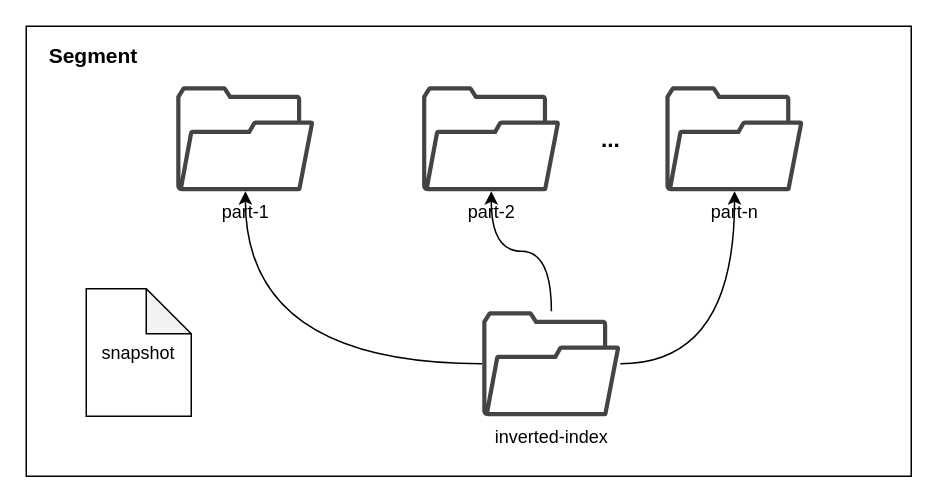
Above: page "segment" (2 of 6) of static/doc-graph/banyandb/v0.6.0/banyandb-file.drawio in apache/skywalking-website (draw.io), before the change. Source tidied: cells renumbered, new cells numbered last; positions are measured from the earlier drawing's top-left corner, leaving out a move shared by most shapes. Both pictures are drawn from the tidied source at 150%, with x=0, y=0 at pixel (26, 26).
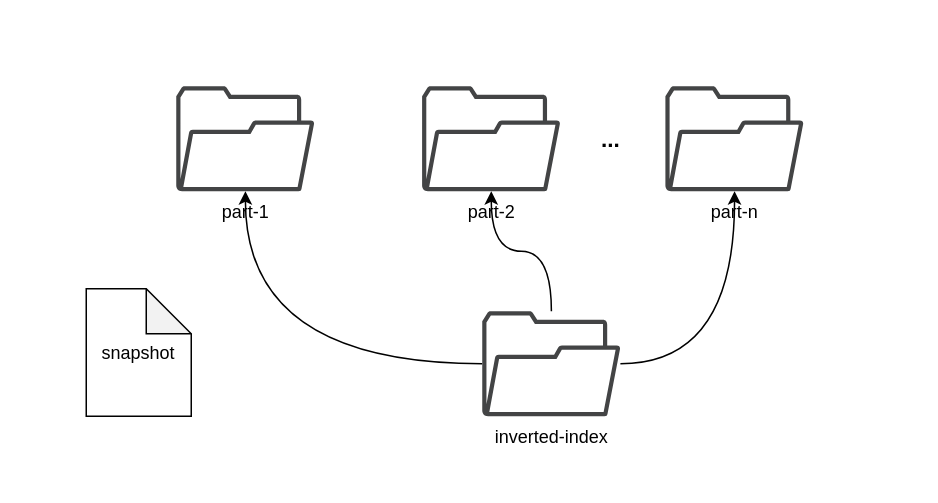
Above is the later version.

What changed in the source:
```diff
@@
 <mxGraphModel>
   <root>
     <mxCell id="0" />
     <mxCell id="1" parent="0" />
-    <mxCell id="2" style="rounded=0;whiteSpace=wrap;html=1;" parent="1" vertex="1">
-      <mxGeometry width="590" height="300" as="geometry" />
-    </mxCell>
-    <mxCell id="3" value="&lt;span style=&quot;font-size: 14px;&quot;&gt;&lt;b&gt;Segment&lt;/b&gt;&lt;/span&gt;" style="text;html=1;align=center;verticalAlign=middle;whiteSpace=wrap;rounded=0;" parent="1" vertex="1">
-      <mxGeometry width="90" height="40" as="geometry" />
-    </mxCell>
     <mxCell id="4" value="part-1" style="sketch=0;shadow=0;dashed=0;html=1;strokeColor=none;fillColor=#434445;labelPosition=center;verticalLabelPosition=bottom;verticalAlign=top;align=center;outlineConnect=0;shape=mxgraph.vvd.folder;" parent="1" vertex="1">
       <mxGeometry x="100" y="40" width="92.1" height="70" as="geometry" />
     </mxCell>
     <mxCell id="5" value="part-2" style="sketch=0;shadow=0;dashed=0;html=1;strokeColor=none;fillColor=#434445;labelPosition=center;verticalLabelPosition=bottom;verticalAlign=top;align=center;outlineConnect=0;shape=mxgraph.vvd.folder;" parent="1" vertex="1">
       <mxGeometry x="263.9" y="40" width="92.1" height="70" as="geometry" />
     </mxCell>
     <mxCell id="6" value="part-n" style="sketch=0;shadow=0;dashed=0;html=1;strokeColor=none;fillColor=#434445;labelPosition=center;verticalLabelPosition=bottom;verticalAlign=top;align=center;outlineConnect=0;shape=mxgraph.vvd.folder;" parent="1" vertex="1">
       <mxGeometry x="426.1" y="40" width="92.1" height="70" as="geometry" />
     </mxCell>
     <mxCell id="7" style="edgeStyle=orthogonalEdgeStyle;rounded=0;jettySize=auto;html=1;curved=1;" parent="1" edge="1" source="10" target="4">
       <mxGeometry relative="1" as="geometry" />
     </mxCell>
     <mxCell id="8" style="edgeStyle=orthogonalEdgeStyle;rounded=0;jettySize=auto;html=1;curved=1;" parent="1" edge="1" source="10" target="5">
       <mxGeometry relative="1" as="geometry" />
     </mxCell>
     <mxCell id="9" style="edgeStyle=orthogonalEdgeStyle;rounded=0;jettySize=auto;html=1;curved=1;" parent="1" edge="1" source="10" target="6">
       <mxGeometry relative="1" as="geometry" />
     </mxCell>
     <mxCell id="10" value="inverted-index" style="sketch=0;shadow=0;dashed=0;html=1;strokeColor=none;fillColor=#434445;labelPosition=center;verticalLabelPosition=bottom;verticalAlign=top;align=center;outlineConnect=0;shape=mxgraph.vvd.folder;" parent="1" vertex="1">
       <mxGeometry x="304" y="190" width="92.1" height="70" as="geometry" />
     </mxCell>
     <mxCell id="11" value="&lt;b&gt;&lt;font style=&quot;font-size: 15px;&quot;&gt;...&lt;/font&gt;&lt;/b&gt;" style="text;html=1;align=center;verticalAlign=middle;whiteSpace=wrap;rounded=0;" parent="1" vertex="1">
       <mxGeometry x="360" y="60" width="60" height="30" as="geometry" />
     </mxCell>
     <mxCell id="12" value="snapshot" style="shape=note;whiteSpace=wrap;html=1;backgroundOutline=1;darkOpacity=0.05;" parent="1" vertex="1">
       <mxGeometry x="40" y="175" width="70" height="85" as="geometry" />
     </mxCell>
   </root>
 </mxGraphModel>
```
